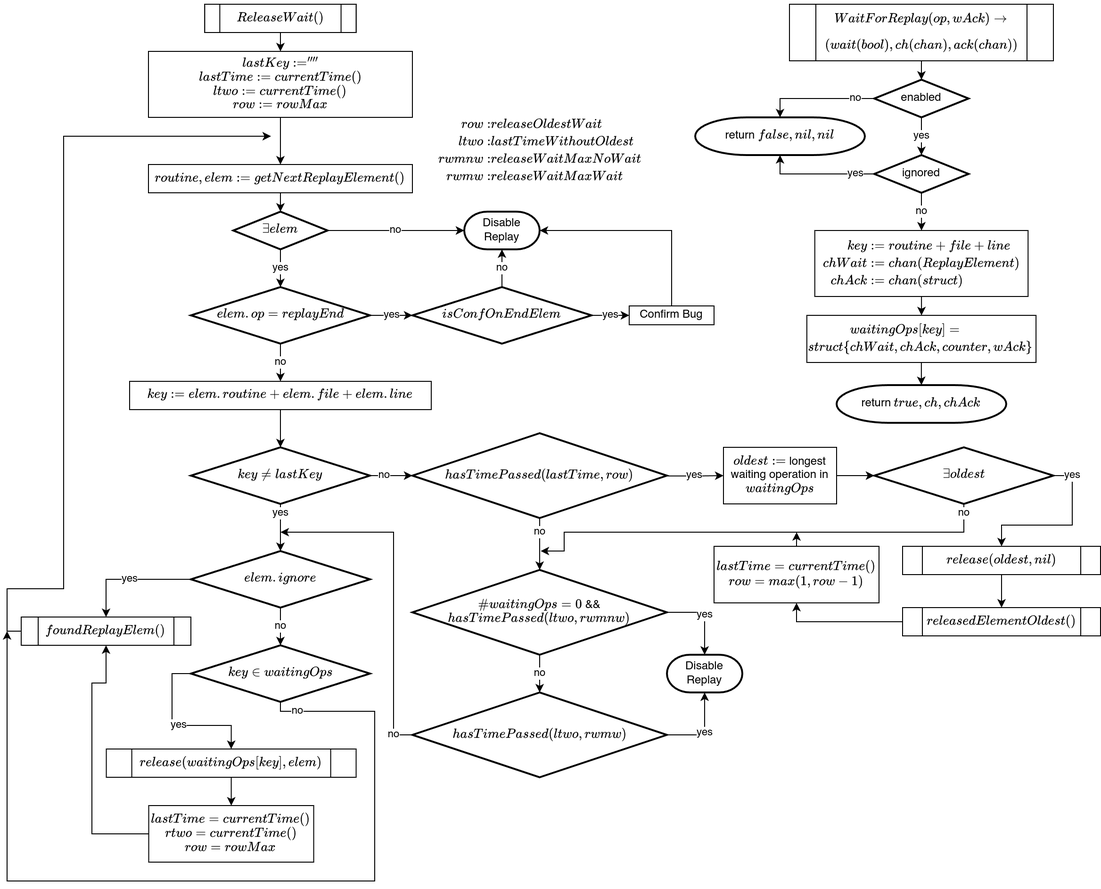
Above: doc/img/replayManager.png in ErikKassubek/ADVOCATE (draw.io), before the change. Source tidied: cells renumbered, new cells last; positions are measured from the earlier drawing's top-left corner, leaving out a move shared by most shapes.
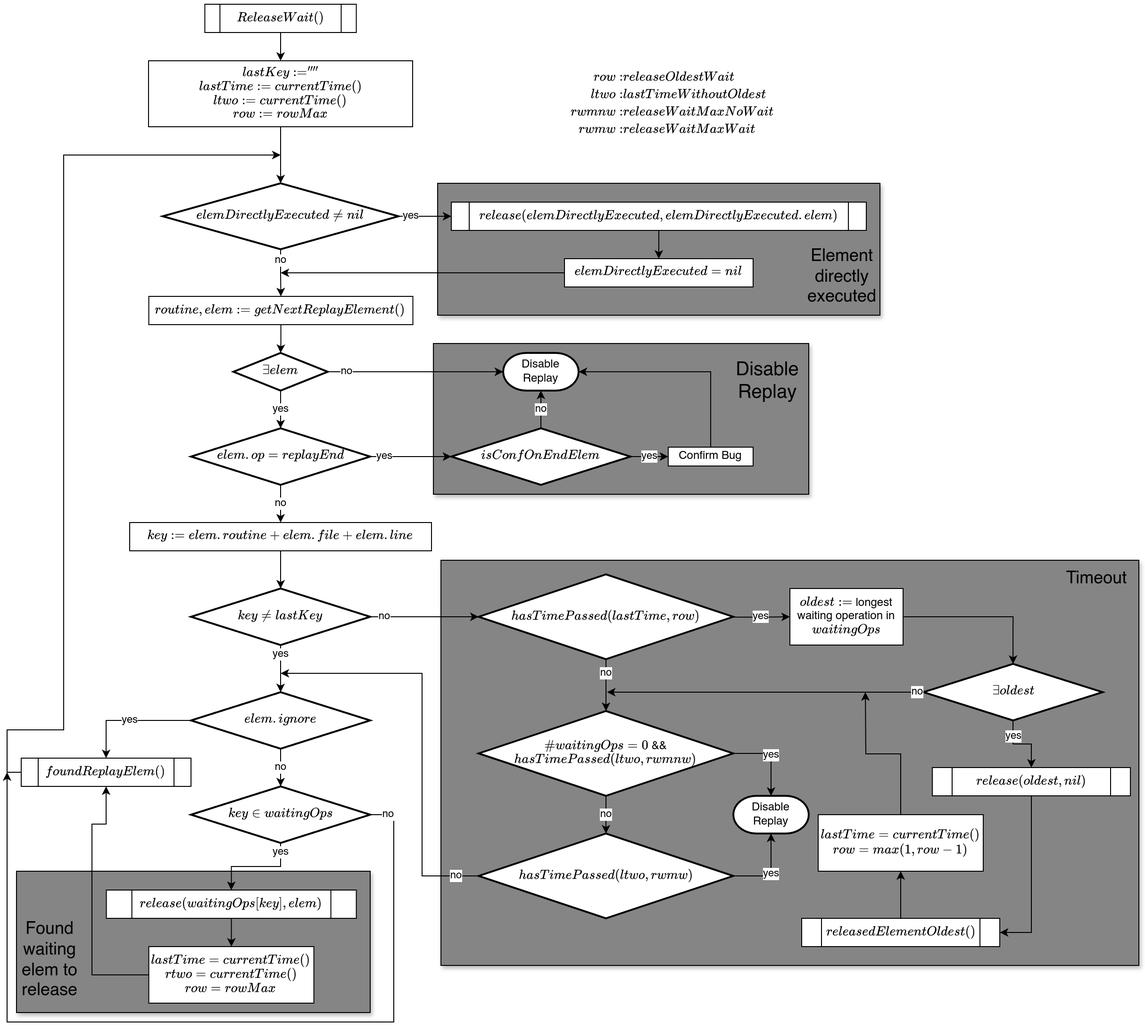
The same diagram one commit later.

What changed in the source:
```diff
@@ -4,18 +4,19 @@
     <mxCell id="1" parent="0" />
-    <mxCell id="2" value="\[release(elem)\]" style="shape=process;whiteSpace=wrap;html=1;backgroundOutline=1;" parent="1" vertex="1">
-      <mxGeometry x="209.7" width="160.6" height="30" as="geometry" />
-    </mxCell>
-    <mxCell id="3" style="edgeStyle=orthogonalEdgeStyle;rounded=0;jettySize=auto;html=1;entryX=0.5;entryY=0;entryDx=0;entryDy=0;" parent="1" edge="1" source="2">
-      <mxGeometry relative="1" as="geometry">
-        <mxPoint x="290" y="50" as="targetPoint" />
-        <Array as="points">
-          <mxPoint x="290" y="50" />
-        </Array>
-      </mxGeometry>
-    </mxCell>
-    <mxCell id="4" style="edgeStyle=orthogonalEdgeStyle;rounded=0;jettySize=auto;html=1;" parent="1" edge="1" source="23" target="7">
-      <mxGeometry relative="1" as="geometry" />
-    </mxCell>
+    <mxCell id="75" style="rounded=0;whiteSpace=wrap;html=1;fillColor=#858585;glass=0;shadow=1;fillStyle=auto;" parent="1" vertex="1">
+      <mxGeometry x="10" y="770" width="375" height="150" as="geometry" />
+    </mxCell>
+    <mxCell id="76" style="rounded=0;whiteSpace=wrap;html=1;fillColor=#858585;glass=0;shadow=1;fillStyle=auto;" parent="1" vertex="1">
+      <mxGeometry x="452" y="210" width="398" height="160" as="geometry" />
+    </mxCell>
+    <mxCell id="77" style="rounded=0;whiteSpace=wrap;html=1;fillColor=#858585;glass=0;shadow=1;fillStyle=auto;" parent="1" vertex="1">
+      <mxGeometry x="456.5" y="40" width="469" height="140" as="geometry" />
+    </mxCell>
+    <mxCell id="78" style="rounded=0;whiteSpace=wrap;html=1;fillColor=#858585;glass=0;shadow=1;fillStyle=auto;" parent="1" vertex="1">
+      <mxGeometry x="460" y="440" width="740" height="430" as="geometry" />
+    </mxCell>
+    <mxCell id="22" style="edgeStyle=orthogonalEdgeStyle;rounded=0;jettySize=auto;html=1;" parent="1" edge="1" source="5" target="23">
+      <mxGeometry relative="1" as="geometry" />
+    </mxCell>
     <mxCell id="5" value="\[ReleaseWait()\]" style="shape=process;whiteSpace=wrap;html=1;backgroundOutline=1;" parent="1" vertex="1">
-      <mxGeometry x="209.7" width="160.6" height="30" as="geometry" />
+      <mxGeometry x="209.7" y="-150" width="160.6" height="30" as="geometry" />
     </mxCell>
@@ -25,6 +26,6 @@
     <mxCell id="7" value="\[routine, elem := getNextReplayElement()\]" style="rounded=0;whiteSpace=wrap;html=1;" parent="1" vertex="1">
-      <mxGeometry x="150" y="170" width="280" height="30" as="geometry" />
+      <mxGeometry x="150.3" y="160" width="280" height="30" as="geometry" />
     </mxCell>
     <mxCell id="8" value="no" style="edgeStyle=orthogonalEdgeStyle;rounded=0;jettySize=auto;html=1;" parent="1" edge="1" source="10" target="11">
-      <mxGeometry relative="1" as="geometry" />
+      <mxGeometry x="-0.78" relative="1" as="geometry" />
     </mxCell>
@@ -37,6 +38,6 @@
     <mxCell id="11" value="Disable Replay" style="strokeWidth=2;html=1;shape=mxgraph.flowchart.terminator;whiteSpace=wrap;" parent="1" vertex="1">
-      <mxGeometry x="485" y="220" width="80" height="40" as="geometry" />
+      <mxGeometry x="526" y="220" width="80" height="40" as="geometry" />
     </mxCell>
     <mxCell id="12" value="yes" style="edgeStyle=orthogonalEdgeStyle;rounded=0;jettySize=auto;html=1;" parent="1" edge="1" source="14" target="17">
-      <mxGeometry relative="1" as="geometry" />
+      <mxGeometry x="-0.65" relative="1" as="geometry" />
     </mxCell>
@@ -55,3 +56,3 @@
     <mxCell id="17" value="\(isConfOnEndElem\)" style="strokeWidth=2;html=1;shape=mxgraph.flowchart.decision;whiteSpace=wrap;" parent="1" vertex="1">
-      <mxGeometry x="430" y="300" width="190" height="60" as="geometry" />
+      <mxGeometry x="471" y="300" width="190" height="60" as="geometry" />
     </mxCell>
@@ -60,3 +61,3 @@
         <Array as="points">
-          <mxPoint x="705" y="240" />
+          <mxPoint x="746" y="240" />
         </Array>
@@ -65,3 +66,3 @@
     <mxCell id="19" value="Confirm Bug" style="rounded=0;whiteSpace=wrap;html=1;" parent="1" vertex="1">
-      <mxGeometry x="660" y="320" width="90" height="20" as="geometry" />
+      <mxGeometry x="701" y="320" width="90" height="20" as="geometry" />
     </mxCell>
@@ -73,11 +74,7 @@
     </mxCell>
-    <mxCell id="22" style="edgeStyle=orthogonalEdgeStyle;rounded=0;jettySize=auto;html=1;entryX=0.5;entryY=0;entryDx=0;entryDy=0;" parent="1" edge="1" source="5" target="23">
-      <mxGeometry relative="1" as="geometry">
-        <Array as="points">
-          <mxPoint x="290" y="50" />
-        </Array>
-      </mxGeometry>
-    </mxCell>
+    <mxCell id="79" style="edgeStyle=orthogonalEdgeStyle;rounded=0;jettySize=auto;html=1;" parent="1" edge="1" source="23" target="82">
+      <mxGeometry relative="1" as="geometry" />
+    </mxCell>
     <mxCell id="23" value="\(lastKey := ''''\)&lt;div&gt;\(lastTime := currentTime()\)&lt;div&gt;\(ltwo := currentTime()\)&lt;/div&gt;&lt;/div&gt;&lt;div&gt;\(row := rowMax\)&lt;/div&gt;" style="rounded=0;whiteSpace=wrap;html=1;" parent="1" vertex="1">
-      <mxGeometry x="150" y="50" width="280" height="70" as="geometry" />
+      <mxGeometry x="150" y="-90" width="280" height="70" as="geometry" />
     </mxCell>
@@ -98,6 +95,6 @@
     <mxCell id="28" value="\(hasTimePassed(\)\(lastTime, row)\)" style="strokeWidth=2;html=1;shape=mxgraph.flowchart.decision;whiteSpace=wrap;" parent="1" vertex="1">
-      <mxGeometry x="430" y="455" width="270" height="90" as="geometry" />
+      <mxGeometry x="500" y="455" width="270" height="90" as="geometry" />
     </mxCell>
     <mxCell id="29" value="no" style="edgeStyle=orthogonalEdgeStyle;rounded=0;jettySize=auto;html=1;exitX=1;exitY=0.5;exitDx=0;exitDy=0;exitPerimeter=0;entryX=0;entryY=0.5;entryDx=0;entryDy=0;entryPerimeter=0;" parent="1" edge="1" source="25" target="28">
-      <mxGeometry x="-0.33" relative="1" as="geometry">
+      <mxGeometry x="-0.74" relative="1" as="geometry">
         <Array as="points">
@@ -108,15 +105,19 @@
     </mxCell>
-    <mxCell id="30" value="yes" style="edgeStyle=orthogonalEdgeStyle;rounded=0;jettySize=auto;html=1;exitX=1;exitY=0.5;exitDx=0;exitDy=0;exitPerimeter=0;" parent="1" edge="1" source="35" target="33">
-      <mxGeometry x="-0.76" relative="1" as="geometry" />
+    <mxCell id="30" value="yes" style="edgeStyle=orthogonalEdgeStyle;rounded=0;jettySize=auto;html=1;exitX=0.5;exitY=1;exitDx=0;exitDy=0;exitPerimeter=0;" parent="1" edge="1" source="35" target="33">
+      <mxGeometry x="-0.52" relative="1" as="geometry" />
     </mxCell>
     <mxCell id="31" value="\(oldest :=\) longest waiting operation in \(waitingOps\)" style="rounded=0;whiteSpace=wrap;html=1;" parent="1" vertex="1">
-      <mxGeometry x="760" y="470" width="120" height="60" as="geometry" />
+      <mxGeometry x="830" y="470" width="120" height="60" as="geometry" />
     </mxCell>
     <mxCell id="32" style="edgeStyle=orthogonalEdgeStyle;rounded=0;jettySize=auto;html=1;" parent="1" edge="1" source="33" target="59">
-      <mxGeometry relative="1" as="geometry" />
+      <mxGeometry relative="1" as="geometry">
+        <Array as="points">
+          <mxPoint x="1086" y="835" />
+        </Array>
+      </mxGeometry>
     </mxCell>
     <mxCell id="33" value="\(release(oldest, nil)\)" style="shape=process;whiteSpace=wrap;html=1;backgroundOutline=1;" parent="1" vertex="1">
-      <mxGeometry x="950" y="575" width="210" height="30" as="geometry" />
+      <mxGeometry x="981" y="660" width="210" height="30" as="geometry" />
     </mxCell>
-    <mxCell id="34" style="edgeStyle=orthogonalEdgeStyle;rounded=0;jettySize=auto;html=1;entryX=0;entryY=0.5;entryDx=0;entryDy=0;entryPerimeter=0;" parent="1" edge="1" source="31" target="35">
+    <mxCell id="34" style="edgeStyle=orthogonalEdgeStyle;rounded=0;jettySize=auto;html=1;entryX=0.5;entryY=0;entryDx=0;entryDy=0;entryPerimeter=0;" parent="1" edge="1" source="31" target="35">
       <mxGeometry relative="1" as="geometry" />
@@ -124,3 +125,3 @@
     <mxCell id="35" value="\(\exists oldest\)" style="strokeWidth=2;html=1;shape=mxgraph.flowchart.decision;whiteSpace=wrap;" parent="1" vertex="1">
-      <mxGeometry x="920" y="470" width="190" height="60" as="geometry" />
+      <mxGeometry x="971.6" y="550" width="190" height="60" as="geometry" />
     </mxCell>
@@ -128,3 +129,3 @@
       <mxGeometry relative="1" as="geometry">
-        <mxPoint x="837.6" y="560" as="targetPoint" />
+        <mxPoint x="910" y="580" as="targetPoint" />
       </mxGeometry>
@@ -132,3 +133,3 @@
     <mxCell id="37" value="\(lastTime = currentTime()\)&lt;div&gt;\(row = max(1, row-1)\)&lt;/div&gt;" style="rounded=0;whiteSpace=wrap;html=1;" parent="1" vertex="1">
-      <mxGeometry x="750" y="575" width="175" height="60" as="geometry" />
+      <mxGeometry x="860" y="710" width="175" height="60" as="geometry" />
     </mxCell>
@@ -138,11 +139,9 @@
     <mxCell id="39" value="\(\#waitingOps = 0\)&amp;nbsp;&lt;span style=&quot;background-color: transparent; color: light-dark(rgb(0, 0, 0), rgb(255, 255, 255));&quot;&gt;&amp;amp;&amp;amp;&lt;/span&gt;&lt;div&gt;&lt;div&gt;\(hasTimePassed(ltwo, rwmnw)\)&lt;/div&gt;&lt;/div&gt;" style="strokeWidth=2;html=1;shape=mxgraph.flowchart.decision;whiteSpace=wrap;" parent="1" vertex="1">
-      <mxGeometry x="430" y="600" width="270" height="90" as="geometry" />
+      <mxGeometry x="500" y="600" width="270" height="90" as="geometry" />
     </mxCell>
-    <mxCell id="40" value="no" style="edgeStyle=orthogonalEdgeStyle;rounded=0;jettySize=auto;html=1;endArrow=classic;startFill=0;endFill=1;exitX=0.5;exitY=1;exitDx=0;exitDy=0;exitPerimeter=0;" parent="1" edge="1" source="35">
+    <mxCell id="40" value="no" style="edgeStyle=orthogonalEdgeStyle;rounded=0;jettySize=auto;html=1;endArrow=classic;startFill=0;endFill=1;exitX=0;exitY=0.5;exitDx=0;exitDy=0;exitPerimeter=0;" parent="1" edge="1" source="35">
       <mxGeometry x="-0.96" relative="1" as="geometry">
-        <mxPoint x="566" y="580" as="targetPoint" />
+        <mxPoint x="636" y="580" as="targetPoint" />
         <Array as="points">
-          <mxPoint x="1015" y="560" />
-          <mxPoint x="591" y="560" />
-          <mxPoint x="591" y="580" />
+          <mxPoint x="972" y="580" />
         </Array>
@@ -154,4 +153,4 @@
         <Array as="points">
-          <mxPoint x="410" y="775" />
-          <mxPoint x="410" y="560" />
+          <mxPoint x="440" y="775" />
+          <mxPoint x="440" y="560" />
         </Array>
@@ -163,6 +162,6 @@
     <mxCell id="43" value="&lt;div&gt;&lt;div&gt;\(hasTimePassed(ltwo, rwmw)\)&lt;/div&gt;&lt;/div&gt;" style="strokeWidth=2;html=1;shape=mxgraph.flowchart.decision;whiteSpace=wrap;" parent="1" vertex="1">
-      <mxGeometry x="430" y="730" width="270" height="90" as="geometry" />
+      <mxGeometry x="500" y="730" width="270" height="90" as="geometry" />
     </mxCell>
     <mxCell id="44" value="Disable Replay" style="strokeWidth=2;html=1;shape=mxgraph.flowchart.terminator;whiteSpace=wrap;" parent="1" vertex="1">
-      <mxGeometry x="700" y="690" width="80" height="40" as="geometry" />
+      <mxGeometry x="770" y="690" width="80" height="40" as="geometry" />
     </mxCell>
@@ -179,3 +178,3 @@
       <mxGeometry relative="1" as="geometry">
-        <mxPoint x="280" y="140" as="targetPoint" />
+        <mxPoint x="290" y="10" as="targetPoint" />
         <Array as="points">
@@ -184,3 +183,3 @@
           <mxPoint x="60" y="620" />
-          <mxPoint x="60" y="140" />
+          <mxPoint x="60" y="10" />
         </Array>
@@ -191,9 +190,8 @@
     </mxCell>
-    <mxCell id="50" value="no" style="edgeStyle=orthogonalEdgeStyle;rounded=0;jettySize=auto;html=1;" parent="1" edge="1" source="52">
-      <mxGeometry x="-0.94" relative="1" as="geometry">
+    <mxCell id="50" value="no" style="edgeStyle=orthogonalEdgeStyle;rounded=0;jettySize=auto;html=1;exitX=1;exitY=0.5;exitDx=0;exitDy=0;exitPerimeter=0;" parent="1" edge="1" source="52">
+      <mxGeometry x="-0.96" relative="1" as="geometry">
         <mxPoint y="665" as="targetPoint" />
         <Array as="points">
-          <mxPoint x="290" y="750" />
-          <mxPoint x="390" y="750" />
-          <mxPoint x="390" y="930" />
+          <mxPoint x="410" y="710" />
+          <mxPoint x="410" y="930" />
           <mxPoint y="930" />
@@ -202,4 +200,4 @@
     </mxCell>
-    <mxCell id="51" value="yes" style="edgeStyle=orthogonalEdgeStyle;rounded=0;jettySize=auto;html=1;entryX=0.5;entryY=0;entryDx=0;entryDy=0;exitX=0;exitY=0.5;exitDx=0;exitDy=0;exitPerimeter=0;" parent="1" edge="1" source="52" target="55">
-      <mxGeometry relative="1" as="geometry" />
+    <mxCell id="51" value="yes" style="edgeStyle=orthogonalEdgeStyle;rounded=0;jettySize=auto;html=1;entryX=0.5;entryY=0;entryDx=0;entryDy=0;exitX=0.5;exitY=1;exitDx=0;exitDy=0;exitPerimeter=0;" parent="1" edge="1" source="52" target="55">
+      <mxGeometry x="-0.8" relative="1" as="geometry" />
     </mxCell>
@@ -229,3 +227,3 @@
     </mxCell>
-    <mxCell id="58" style="edgeStyle=orthogonalEdgeStyle;rounded=0;jettySize=auto;html=1;entryX=0.5;entryY=1;entryDx=0;entryDy=0;" parent="1" edge="1" source="59" target="37">
+    <mxCell id="58" style="edgeStyle=orthogonalEdgeStyle;rounded=0;jettySize=auto;html=1;" parent="1" edge="1" source="59" target="37">
       <mxGeometry relative="1" as="geometry" />
@@ -233,49 +231,42 @@
     <mxCell id="59" value="\(releasedElementOldest()\)" style="shape=process;whiteSpace=wrap;html=1;backgroundOutline=1;" parent="1" vertex="1">
-      <mxGeometry x="950" y="640" width="210" height="30" as="geometry" />
+      <mxGeometry x="842.5" y="820" width="210" height="30" as="geometry" />
     </mxCell>
-    <mxCell id="60" value="\[WaitForReplay(op, wAck) \to\] \[(wait (bool), ch (chan), ack (chan))\]" style="shape=process;whiteSpace=wrap;html=1;backgroundOutline=1;" parent="1" vertex="1">
-      <mxGeometry x="830" width="280" height="60" as="geometry" />
-    </mxCell>
-    <mxCell id="61" style="edgeStyle=orthogonalEdgeStyle;rounded=0;jettySize=auto;html=1;exitX=0.5;exitY=1;exitDx=0;exitDy=0;" parent="1" edge="1" source="60" target="63">
-      <mxGeometry relative="1" as="geometry" />
-    </mxCell>
-    <mxCell id="62" value="yes" style="edgeStyle=orthogonalEdgeStyle;rounded=0;jettySize=auto;html=1;" parent="1" edge="1" source="63" target="65">
-      <mxGeometry relative="1" as="geometry" />
-    </mxCell>
-    <mxCell id="63" value="enabled" style="strokeWidth=2;html=1;shape=mxgraph.flowchart.decision;whiteSpace=wrap;" parent="1" vertex="1">
-      <mxGeometry x="920" y="80" width="100" height="40" as="geometry" />
-    </mxCell>
-    <mxCell id="64" value="no" style="edgeStyle=orthogonalEdgeStyle;rounded=0;jettySize=auto;html=1;" parent="1" edge="1" source="65" target="69">
-      <mxGeometry relative="1" as="geometry" />
-    </mxCell>
-    <mxCell id="65" value="ignored" style="strokeWidth=2;html=1;shape=mxgraph.flowchart.decision;whiteSpace=wrap;" parent="1" vertex="1">
-      <mxGeometry x="920" y="160" width="100" height="40" as="geometry" />
-    </mxCell>
-    <mxCell id="66" value="return \(false, nil, nil\)" style="strokeWidth=2;html=1;shape=mxgraph.flowchart.terminator;whiteSpace=wrap;" parent="1" vertex="1">
-      <mxGeometry x="730" y="120" width="180" height="40" as="geometry" />
-    </mxCell>
-    <mxCell id="67" value="no" style="edgeStyle=orthogonalEdgeStyle;rounded=0;jettySize=auto;html=1;exitX=0;exitY=0.5;exitDx=0;exitDy=0;exitPerimeter=0;entryX=0.5;entryY=0;entryDx=0;entryDy=0;entryPerimeter=0;" parent="1" edge="1" source="63" target="66">
-      <mxGeometry x="-0.67" relative="1" as="geometry" />
-    </mxCell>
-    <mxCell id="68" value="yes" style="edgeStyle=orthogonalEdgeStyle;rounded=0;jettySize=auto;html=1;exitX=0;exitY=0.5;exitDx=0;exitDy=0;exitPerimeter=0;entryX=0.5;entryY=1;entryDx=0;entryDy=0;entryPerimeter=0;" parent="1" edge="1" source="65" target="66">
-      <mxGeometry x="-0.67" relative="1" as="geometry" />
-    </mxCell>
-    <mxCell id="69" value="\[\begin{align}key &amp;amp;:= routine + file + line\\chWait &amp;amp;:= chan(ReplayElement)\\chAck &amp;amp;:= chan(struct{})\end{align}\]" style="rounded=0;whiteSpace=wrap;html=1;" parent="1" vertex="1">
-      <mxGeometry x="856.9" y="240" width="226.2" height="70" as="geometry" />
-    </mxCell>
-    <mxCell id="70" style="edgeStyle=orthogonalEdgeStyle;rounded=0;jettySize=auto;html=1;" parent="1" edge="1" source="69" target="73">
-      <mxGeometry relative="1" as="geometry" />
-    </mxCell>
-    <mxCell id="71" style="edgeStyle=orthogonalEdgeStyle;rounded=0;jettySize=auto;html=1;" parent="1" edge="1" source="73" target="72">
-      <mxGeometry relative="1" as="geometry" />
-    </mxCell>
-    <mxCell id="72" value="return \(true, ch, chAck\)" style="strokeWidth=2;html=1;shape=mxgraph.flowchart.terminator;whiteSpace=wrap;" parent="1" vertex="1">
-      <mxGeometry x="880" y="404" width="180" height="40" as="geometry" />
-    </mxCell>
-    <mxCell id="73" value="\[\begin{align}&amp;amp;waitingOps[key] =\\struct\{&amp;amp;chWait, chAck, counter, wAck\}\end{align}\]" style="rounded=0;whiteSpace=wrap;html=1;" parent="1" vertex="1">
-      <mxGeometry x="848.4" y="330" width="243.1" height="50" as="geometry" />
-    </mxCell>
     <mxCell id="74" value="\[\begin{align}row: &amp;amp;releaseOldestWait\\ltwo: &amp;amp;lastTimeWithoutOldest\\rwmnw: &amp;amp;releaseWaitMaxNoWait\\rwmw: &amp;amp;releaseWaitMaxWait\end{align}\]" style="text;html=1;align=center;verticalAlign=middle;strokeColor=none;fillColor=none;" parent="1" vertex="1">
-      <mxGeometry x="165" y="140" width="800" height="30" as="geometry" />
+      <mxGeometry x="305" y="-60" width="800" height="30" as="geometry" />
     </mxCell>
+    <mxCell id="80" value="no" style="edgeStyle=orthogonalEdgeStyle;rounded=0;jettySize=auto;html=1;exitX=0.5;exitY=1;exitDx=0;exitDy=0;exitPerimeter=0;entryX=0.5;entryY=0;entryDx=0;entryDy=0;" parent="1" edge="1" source="82" target="7">
+      <mxGeometry x="-0.5" relative="1" as="geometry" />
+    </mxCell>
+    <mxCell id="81" value="yes" style="edgeStyle=orthogonalEdgeStyle;rounded=0;jettySize=auto;html=1;exitX=1;exitY=0.5;exitDx=0;exitDy=0;exitPerimeter=0;entryX=0;entryY=0.5;entryDx=0;entryDy=0;" parent="1" edge="1" source="82" target="84">
+      <mxGeometry x="-0.54" relative="1" as="geometry" />
+    </mxCell>
+    <mxCell id="82" value="\(elemDirectlyExecuted \neq nil\)" style="strokeWidth=2;html=1;shape=mxgraph.flowchart.decision;whiteSpace=wrap;" parent="1" vertex="1">
+      <mxGeometry x="165" y="40" width="250" height="70" as="geometry" />
+    </mxCell>
+    <mxCell id="83" style="edgeStyle=orthogonalEdgeStyle;rounded=0;jettySize=auto;html=1;" parent="1" edge="1" source="84" target="86">
+      <mxGeometry relative="1" as="geometry" />
+    </mxCell>
+    <mxCell id="84" value="\(release(elemDirectlyExecuted,elemDirectlyExecuted.elem)\)" style="shape=process;whiteSpace=wrap;html=1;backgroundOutline=1;size=0.04257356226463265;" parent="1" vertex="1">
+      <mxGeometry x="471" y="60" width="440" height="30" as="geometry" />
+    </mxCell>
+    <mxCell id="85" style="edgeStyle=orthogonalEdgeStyle;rounded=0;jettySize=auto;html=1;" parent="1" edge="1" source="86">
+      <mxGeometry relative="1" as="geometry">
+        <mxPoint x="290" y="135" as="targetPoint" />
+      </mxGeometry>
+    </mxCell>
+    <mxCell id="86" value="\(elemDirectlyExecuted = nil\)" style="rounded=0;whiteSpace=wrap;html=1;" parent="1" vertex="1">
+      <mxGeometry x="591" y="120" width="200" height="30" as="geometry" />
+    </mxCell>
+    <mxCell id="87" value="&lt;font style=&quot;font-size: 18px;&quot;&gt;Timeout&lt;/font&gt;" style="text;html=1;align=center;verticalAlign=middle;whiteSpace=wrap;rounded=0;" parent="1" vertex="1">
+      <mxGeometry x="1120" y="440" width="71" height="40" as="geometry" />
+    </mxCell>
+    <mxCell id="88" value="&lt;font style=&quot;font-size: 18px;&quot;&gt;Element directly executed&lt;/font&gt;" style="text;html=1;align=center;verticalAlign=middle;whiteSpace=wrap;rounded=0;" parent="1" vertex="1">
+      <mxGeometry x="850" y="100" width="71" height="80" as="geometry" />
+    </mxCell>
+    <mxCell id="89" value="Disable Replay" style="text;html=1;align=center;verticalAlign=middle;whiteSpace=wrap;rounded=0;fontSize=20;" parent="1" vertex="1">
+      <mxGeometry x="771.5" y="210" width="71" height="80" as="geometry" />
+    </mxCell>
+    <mxCell id="90" value="&lt;font style=&quot;font-size: 18px;&quot;&gt;Found waiting elem to release&lt;/font&gt;" style="text;html=1;align=center;verticalAlign=middle;whiteSpace=wrap;rounded=0;" parent="1" vertex="1">
+      <mxGeometry x="10" y="810" width="71" height="110" as="geometry" />
+    </mxCell>
   </root>
```
